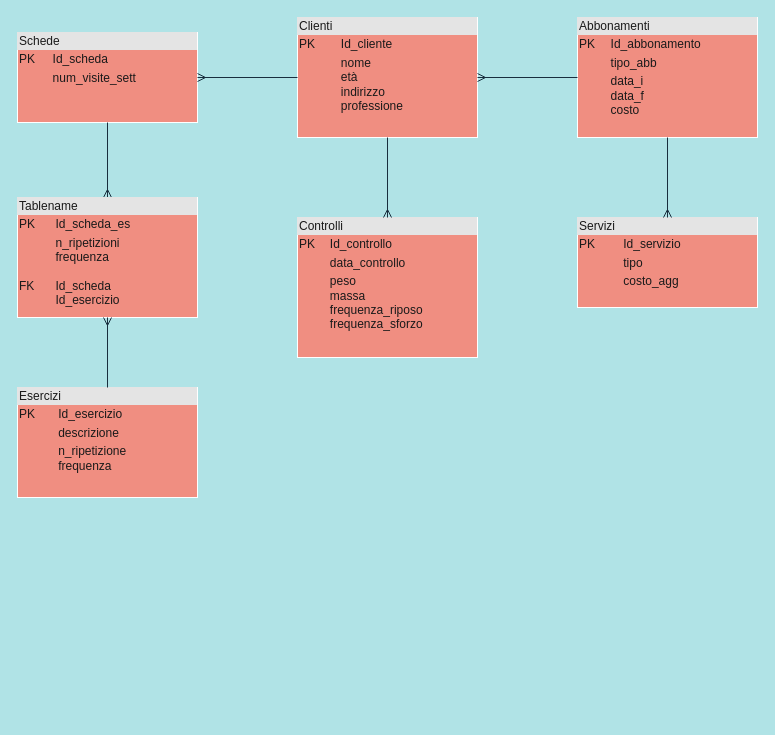
Earlier version of the draw.io diagram Palestra.drawio (ChiaraGismondi02/informatica-modelloE-R). Source tidied: cells renumbered, new cells numbered last; positions are measured from the earlier drawing's top-left corner, leaving out a move shared by most shapes. Both pictures are drawn from the tidied source at 100%, with x=0, y=0 at pixel (17, 17).
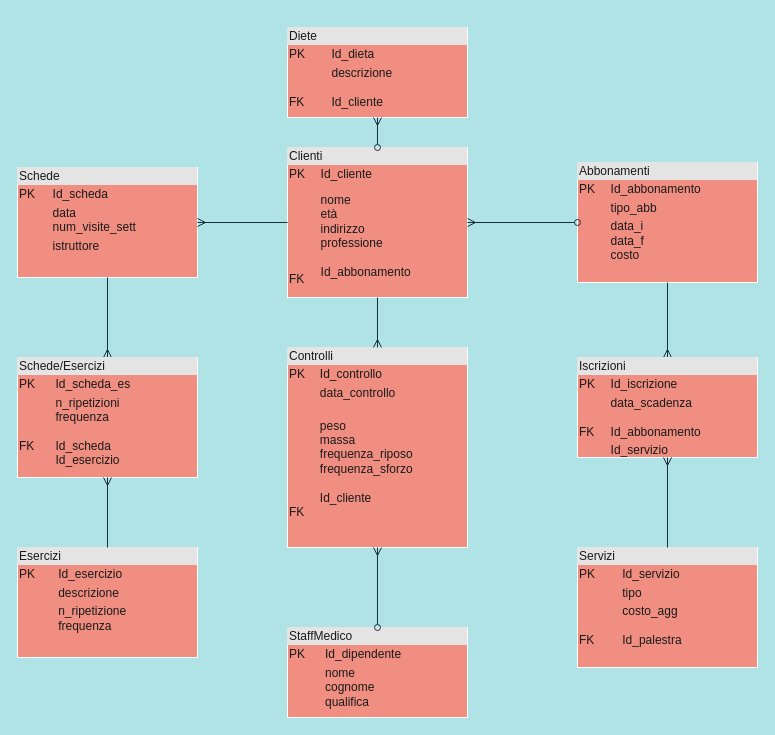
After the change.

What changed in the source:
```diff
@@
-    <mxCell id="2" value="&lt;div style=&quot;box-sizing: border-box ; width: 100% ; background: #e4e4e4 ; padding: 2px&quot;&gt;Clienti&lt;/div&gt;&lt;table style=&quot;width: 100% ; font-size: 1em&quot; cellpadding=&quot;2&quot; cellspacing=&quot;0&quot;&gt;&lt;tbody&gt;&lt;tr&gt;&lt;td&gt;PK&lt;/td&gt;&lt;td&gt;Id_cliente&lt;/td&gt;&lt;/tr&gt;&lt;tr&gt;&lt;td&gt;&lt;br&gt;&lt;/td&gt;&lt;td&gt;nome &lt;br&gt;età &lt;br&gt;indirizzo &lt;br&gt;professione&lt;/td&gt;&lt;/tr&gt;&lt;tr&gt;&lt;td&gt;&lt;/td&gt;&lt;td&gt;&lt;br&gt;&lt;/td&gt;&lt;/tr&gt;&lt;/tbody&gt;&lt;/table&gt;" style="verticalAlign=top;align=left;overflow=fill;html=1;fillColor=#F08E81;strokeColor=#FFFFFF;fontColor=#1A1A1A;" parent="1" vertex="1">
-      <mxGeometry x="280" width="180" height="120" as="geometry" />
+    <mxCell id="2" value="&lt;div style=&quot;box-sizing: border-box ; width: 100% ; background: #e4e4e4 ; padding: 2px&quot;&gt;Clienti&lt;/div&gt;&lt;table style=&quot;width: 100% ; font-size: 1em&quot; cellpadding=&quot;2&quot; cellspacing=&quot;0&quot;&gt;&lt;tbody&gt;&lt;tr&gt;&lt;td&gt;PK&lt;/td&gt;&lt;td&gt;Id_cliente&lt;/td&gt;&lt;/tr&gt;&lt;tr&gt;&lt;td&gt;&lt;br&gt;&lt;br&gt;&lt;br&gt;&lt;br&gt;&lt;br&gt;&lt;br&gt;FK&lt;/td&gt;&lt;td&gt;nome &lt;br&gt;età &lt;br&gt;indirizzo &lt;br&gt;professione&lt;br&gt;&lt;br&gt;Id_abbonamento&lt;/td&gt;&lt;/tr&gt;&lt;tr&gt;&lt;td&gt;&lt;/td&gt;&lt;td&gt;&lt;br&gt;&lt;/td&gt;&lt;/tr&gt;&lt;/tbody&gt;&lt;/table&gt;" style="verticalAlign=top;align=left;overflow=fill;html=1;fillColor=#F08E81;strokeColor=#FFFFFF;fontColor=#1A1A1A;" parent="1" vertex="1">
+      <mxGeometry x="270" y="130" width="180" height="150" as="geometry" />
     </mxCell>
-    <mxCell id="3" value="&lt;div style=&quot;box-sizing: border-box ; width: 100% ; background: #e4e4e4 ; padding: 2px&quot;&gt;Schede&lt;/div&gt;&lt;table style=&quot;width: 100% ; font-size: 1em&quot; cellpadding=&quot;2&quot; cellspacing=&quot;0&quot;&gt;&lt;tbody&gt;&lt;tr&gt;&lt;td&gt;PK&lt;/td&gt;&lt;td&gt;Id_scheda&lt;/td&gt;&lt;/tr&gt;&lt;tr&gt;&lt;td&gt;&lt;br&gt;&lt;/td&gt;&lt;td&gt;num_visite_sett&lt;/td&gt;&lt;/tr&gt;&lt;tr&gt;&lt;td&gt;&lt;/td&gt;&lt;td&gt;&lt;br&gt;&lt;/td&gt;&lt;/tr&gt;&lt;/tbody&gt;&lt;/table&gt;" style="verticalAlign=top;align=left;overflow=fill;html=1;fillColor=#F08E81;strokeColor=#FFFFFF;fontColor=#1A1A1A;" parent="1" vertex="1">
-      <mxGeometry y="15" width="180" height="90" as="geometry" />
+    <mxCell id="3" value="&lt;div style=&quot;box-sizing: border-box ; width: 100% ; background: #e4e4e4 ; padding: 2px&quot;&gt;Schede&lt;/div&gt;&lt;table style=&quot;width: 100% ; font-size: 1em&quot; cellpadding=&quot;2&quot; cellspacing=&quot;0&quot;&gt;&lt;tbody&gt;&lt;tr&gt;&lt;td&gt;PK&lt;/td&gt;&lt;td&gt;Id_scheda&lt;/td&gt;&lt;/tr&gt;&lt;tr&gt;&lt;td&gt;&lt;br&gt;&lt;/td&gt;&lt;td&gt;data&lt;br&gt;num_visite_sett&lt;/td&gt;&lt;/tr&gt;&lt;tr&gt;&lt;td&gt;&lt;/td&gt;&lt;td&gt;istruttore&lt;/td&gt;&lt;/tr&gt;&lt;/tbody&gt;&lt;/table&gt;" style="verticalAlign=top;align=left;overflow=fill;html=1;fillColor=#F08E81;strokeColor=#FFFFFF;fontColor=#1A1A1A;" parent="1" vertex="1">
+      <mxGeometry y="150" width="180" height="110" as="geometry" />
     </mxCell>
     <mxCell id="4" value="&lt;div style=&quot;box-sizing: border-box ; width: 100% ; background: #e4e4e4 ; padding: 2px&quot;&gt;Abbonamenti&lt;/div&gt;&lt;table style=&quot;width: 100% ; font-size: 1em&quot; cellpadding=&quot;2&quot; cellspacing=&quot;0&quot;&gt;&lt;tbody&gt;&lt;tr&gt;&lt;td&gt;PK&lt;/td&gt;&lt;td&gt;Id_abbonamento&lt;/td&gt;&lt;/tr&gt;&lt;tr&gt;&lt;td&gt;&lt;br&gt;&lt;/td&gt;&lt;td&gt;tipo_abb&lt;/td&gt;&lt;/tr&gt;&lt;tr&gt;&lt;td&gt;&lt;/td&gt;&lt;td&gt;data_i&lt;br&gt;data_f&lt;br&gt;costo&lt;/td&gt;&lt;/tr&gt;&lt;/tbody&gt;&lt;/table&gt;" style="verticalAlign=top;align=left;overflow=fill;html=1;fillColor=#F08E81;strokeColor=#FFFFFF;fontColor=#1A1A1A;" parent="1" vertex="1">
-      <mxGeometry x="560" width="180" height="120" as="geometry" />
+      <mxGeometry x="560" y="145" width="180" height="120" as="geometry" />
     </mxCell>
     <mxCell id="5" value="&lt;div style=&quot;box-sizing: border-box ; width: 100% ; background: #e4e4e4 ; padding: 2px&quot;&gt;Esercizi&lt;/div&gt;&lt;table style=&quot;width: 100% ; font-size: 1em&quot; cellpadding=&quot;2&quot; cellspacing=&quot;0&quot;&gt;&lt;tbody&gt;&lt;tr&gt;&lt;td&gt;PK&lt;/td&gt;&lt;td&gt;Id_esercizio&lt;/td&gt;&lt;/tr&gt;&lt;tr&gt;&lt;td&gt;&lt;br&gt;&lt;/td&gt;&lt;td&gt;descrizione&lt;/td&gt;&lt;/tr&gt;&lt;tr&gt;&lt;td&gt;&lt;/td&gt;&lt;td&gt;n_ripetizione&lt;br&gt;frequenza&lt;/td&gt;&lt;/tr&gt;&lt;/tbody&gt;&lt;/table&gt;" style="verticalAlign=top;align=left;overflow=fill;html=1;fillColor=#F08E81;strokeColor=#FFFFFF;fontColor=#1A1A1A;" parent="1" vertex="1">
-      <mxGeometry y="370" width="180" height="110" as="geometry" />
+      <mxGeometry y="530" width="180" height="110" as="geometry" />
     </mxCell>
-    <mxCell id="6" value="&lt;div style=&quot;box-sizing: border-box ; width: 100% ; background: #e4e4e4 ; padding: 2px&quot;&gt;Controlli&lt;/div&gt;&lt;table style=&quot;width: 100% ; font-size: 1em&quot; cellpadding=&quot;2&quot; cellspacing=&quot;0&quot;&gt;&lt;tbody&gt;&lt;tr&gt;&lt;td&gt;PK&lt;/td&gt;&lt;td&gt;Id_controllo&lt;/td&gt;&lt;/tr&gt;&lt;tr&gt;&lt;td&gt;&lt;br&gt;&lt;/td&gt;&lt;td&gt;data_controllo&lt;/td&gt;&lt;/tr&gt;&lt;tr&gt;&lt;td&gt;&lt;/td&gt;&lt;td&gt;peso&lt;br&gt;massa&lt;br&gt;frequenza_riposo&lt;br&gt;frequenza_sforzo&lt;/td&gt;&lt;/tr&gt;&lt;/tbody&gt;&lt;/table&gt;" style="verticalAlign=top;align=left;overflow=fill;html=1;fillColor=#F08E81;strokeColor=#FFFFFF;fontColor=#1A1A1A;" parent="1" vertex="1">
-      <mxGeometry x="280" y="200" width="180" height="140" as="geometry" />
+    <mxCell id="6" value="&lt;div style=&quot;box-sizing: border-box ; width: 100% ; background: #e4e4e4 ; padding: 2px&quot;&gt;Controlli&lt;/div&gt;&lt;table style=&quot;width: 100% ; font-size: 1em&quot; cellpadding=&quot;2&quot; cellspacing=&quot;0&quot;&gt;&lt;tbody&gt;&lt;tr&gt;&lt;td&gt;PK&lt;/td&gt;&lt;td&gt;Id_controllo&lt;/td&gt;&lt;/tr&gt;&lt;tr&gt;&lt;td&gt;&lt;br&gt;&lt;/td&gt;&lt;td&gt;data_controllo&lt;/td&gt;&lt;/tr&gt;&lt;tr&gt;&lt;td&gt;&lt;br&gt;&lt;br&gt;&lt;br&gt;&lt;br&gt;&lt;br&gt;&lt;br&gt;&lt;br&gt;FK&lt;/td&gt;&lt;td&gt;peso &lt;br&gt;massa &lt;br&gt;frequenza_riposo &lt;br&gt;frequenza_sforzo &lt;br&gt;&lt;br&gt;Id_cliente&lt;/td&gt;&lt;/tr&gt;&lt;/tbody&gt;&lt;/table&gt;" style="verticalAlign=top;align=left;overflow=fill;html=1;fillColor=#F08E81;strokeColor=#FFFFFF;fontColor=#1A1A1A;" parent="1" vertex="1">
+      <mxGeometry x="270" y="330" width="180" height="200" as="geometry" />
     </mxCell>
-    <mxCell id="7" value="&lt;div style=&quot;box-sizing: border-box ; width: 100% ; background: #e4e4e4 ; padding: 2px&quot;&gt;Servizi&lt;/div&gt;&lt;table style=&quot;width: 100% ; font-size: 1em&quot; cellpadding=&quot;2&quot; cellspacing=&quot;0&quot;&gt;&lt;tbody&gt;&lt;tr&gt;&lt;td&gt;PK&lt;/td&gt;&lt;td&gt;Id_servizio&lt;/td&gt;&lt;/tr&gt;&lt;tr&gt;&lt;td&gt;&lt;br&gt;&lt;/td&gt;&lt;td&gt;tipo&lt;/td&gt;&lt;/tr&gt;&lt;tr&gt;&lt;td&gt;&lt;/td&gt;&lt;td&gt;costo_agg&lt;/td&gt;&lt;/tr&gt;&lt;/tbody&gt;&lt;/table&gt;" style="verticalAlign=top;align=left;overflow=fill;html=1;fillColor=#F08E81;strokeColor=#FFFFFF;fontColor=#1A1A1A;" parent="1" vertex="1">
-      <mxGeometry x="560" y="200" width="180" height="90" as="geometry" />
+    <mxCell id="7" value="&lt;div style=&quot;box-sizing: border-box ; width: 100% ; background: #e4e4e4 ; padding: 2px&quot;&gt;Servizi&lt;/div&gt;&lt;table style=&quot;width: 100% ; font-size: 1em&quot; cellpadding=&quot;2&quot; cellspacing=&quot;0&quot;&gt;&lt;tbody&gt;&lt;tr&gt;&lt;td&gt;PK&lt;/td&gt;&lt;td&gt;Id_servizio&lt;/td&gt;&lt;/tr&gt;&lt;tr&gt;&lt;td&gt;&lt;br&gt;&lt;/td&gt;&lt;td&gt;tipo&lt;/td&gt;&lt;/tr&gt;&lt;tr&gt;&lt;td&gt;&lt;br&gt;&lt;br&gt;FK&lt;/td&gt;&lt;td&gt;costo_agg&lt;br&gt;&lt;br&gt;Id_palestra&lt;/td&gt;&lt;/tr&gt;&lt;/tbody&gt;&lt;/table&gt;" style="verticalAlign=top;align=left;overflow=fill;html=1;fillColor=#F08E81;strokeColor=#FFFFFF;fontColor=#1A1A1A;" parent="1" vertex="1">
+      <mxGeometry x="560" y="530" width="180" height="120" as="geometry" />
     </mxCell>
-    <mxCell id="8" style="endArrow=none;html=1;entryX=0;entryY=0.5;entryDx=0;entryDy=0;startArrow=ERmany;startFill=0;exitX=1;exitY=0.5;exitDx=0;exitDy=0;strokeColor=#182E3E;fontColor=#1A1A1A;labelBackgroundColor=#B0E3E6;" parent="1" edge="1" source="2" target="4">
+    <mxCell id="8" style="endArrow=oval;html=1;entryX=0;entryY=0.5;entryDx=0;entryDy=0;startArrow=ERmany;startFill=0;strokeColor=#182E3E;fontColor=#1A1A1A;exitX=1;exitY=0.5;exitDx=0;exitDy=0;labelBackgroundColor=#B0E3E6;endFill=0;" parent="1" edge="1" source="2" target="4">
       <mxGeometry relative="1" as="geometry" />
     </mxCell>
@@
-    <mxCell id="11" style="endArrow=none;html=1;entryX=0.5;entryY=1;entryDx=0;entryDy=0;startArrow=ERmany;startFill=0;strokeColor=#182E3E;fontColor=#1A1A1A;exitX=0.5;exitY=0;exitDx=0;exitDy=0;labelBackgroundColor=#B0E3E6;" parent="1" edge="1" source="7" target="4">
+    <mxCell id="11" style="endArrow=none;html=1;entryX=0.5;entryY=1;entryDx=0;entryDy=0;startArrow=ERmany;startFill=0;strokeColor=#182E3E;fontColor=#1A1A1A;labelBackgroundColor=#B0E3E6;exitX=0.5;exitY=0;exitDx=0;exitDy=0;" parent="1" edge="1" source="15" target="4">
       <mxGeometry relative="1" as="geometry" />
     </mxCell>
-    <mxCell id="12" style="endArrow=none;html=1;entryX=0.5;entryY=1;entryDx=0;entryDy=0;startArrow=ERmany;startFill=0;fontColor=#1A1A1A;exitX=0.5;exitY=0;exitDx=0;exitDy=0;labelBackgroundColor=#B0E3E6;strokeColor=#182E3E;" parent="1" edge="1" source="13" target="3">
+    <mxCell id="12" style="endArrow=none;html=1;entryX=0.5;entryY=1;entryDx=0;entryDy=0;startArrow=ERmany;startFill=0;fontColor=#1A1A1A;exitX=0.5;exitY=0;exitDx=0;exitDy=0;strokeColor=#182E3E;labelBackgroundColor=#B0E3E6;" parent="1" edge="1" source="13" target="3">
       <mxGeometry relative="1" as="geometry" />
     </mxCell>
-    <mxCell id="13" value="&lt;div style=&quot;box-sizing: border-box ; width: 100% ; background: #e4e4e4 ; padding: 2px&quot;&gt;Tablename&lt;/div&gt;&lt;table style=&quot;width: 100% ; font-size: 1em&quot; cellpadding=&quot;2&quot; cellspacing=&quot;0&quot;&gt;&lt;tbody&gt;&lt;tr&gt;&lt;td&gt;PK&lt;/td&gt;&lt;td&gt;Id_scheda_es&lt;br&gt;&lt;/td&gt;&lt;/tr&gt;&lt;tr&gt;&lt;td&gt;&lt;br&gt;&lt;br&gt;FK&lt;/td&gt;&lt;td&gt;n_ripetizioni&lt;br&gt;frequenza&lt;br&gt;&lt;br&gt;Id_scheda&lt;br&gt;Id_esercizio&lt;/td&gt;&lt;/tr&gt;&lt;/tbody&gt;&lt;/table&gt;" style="verticalAlign=top;align=left;overflow=fill;html=1;fillColor=#F08E81;strokeColor=#FFFFFF;fontColor=#1A1A1A;" parent="1" vertex="1">
-      <mxGeometry y="180" width="180" height="120" as="geometry" />
+    <mxCell id="13" value="&lt;div style=&quot;box-sizing: border-box ; width: 100% ; background: #e4e4e4 ; padding: 2px&quot;&gt;Schede/Esercizi&lt;/div&gt;&lt;table style=&quot;width: 100% ; font-size: 1em&quot; cellpadding=&quot;2&quot; cellspacing=&quot;0&quot;&gt;&lt;tbody&gt;&lt;tr&gt;&lt;td&gt;PK&lt;/td&gt;&lt;td&gt;Id_scheda_es&lt;br&gt;&lt;/td&gt;&lt;/tr&gt;&lt;tr&gt;&lt;td&gt;&lt;br&gt;&lt;br&gt;FK&lt;/td&gt;&lt;td&gt;n_ripetizioni&lt;br&gt;frequenza&lt;br&gt;&lt;br&gt;Id_scheda&lt;br&gt;Id_esercizio&lt;/td&gt;&lt;/tr&gt;&lt;/tbody&gt;&lt;/table&gt;" style="verticalAlign=top;align=left;overflow=fill;html=1;fillColor=#F08E81;strokeColor=#FFFFFF;fontColor=#1A1A1A;" parent="1" vertex="1">
+      <mxGeometry y="340" width="180" height="120" as="geometry" />
     </mxCell>
-    <mxCell id="14" style="endArrow=none;html=1;entryX=0.5;entryY=0;entryDx=0;entryDy=0;startArrow=ERmany;startFill=0;fontColor=#1A1A1A;labelBackgroundColor=#B0E3E6;strokeColor=#182E3E;" parent="1" edge="1" target="5">
+    <mxCell id="14" style="endArrow=none;html=1;entryX=0.5;entryY=0;entryDx=0;entryDy=0;startArrow=ERmany;startFill=0;fontColor=#1A1A1A;strokeColor=#182E3E;labelBackgroundColor=#B0E3E6;" parent="1" edge="1" target="5">
       <mxGeometry relative="1" as="geometry">
-        <mxPoint x="90" y="300" as="sourcePoint" />
+        <mxPoint x="90" y="460" as="sourcePoint" />
       </mxGeometry>
     </mxCell>
+    <mxCell id="15" value="&lt;div style=&quot;box-sizing: border-box ; width: 100% ; background: #e4e4e4 ; padding: 2px&quot;&gt;Iscrizioni&lt;/div&gt;&lt;table style=&quot;width: 100% ; font-size: 1em&quot; cellpadding=&quot;2&quot; cellspacing=&quot;0&quot;&gt;&lt;tbody&gt;&lt;tr&gt;&lt;td&gt;PK&lt;/td&gt;&lt;td&gt;Id_iscrizione&lt;br&gt;&lt;/td&gt;&lt;/tr&gt;&lt;tr&gt;&lt;td&gt;&lt;br&gt;&lt;br&gt;FK&lt;/td&gt;&lt;td&gt;data_scadenza&lt;br&gt;&lt;br&gt;Id_abbonamento&lt;/td&gt;&lt;/tr&gt;&lt;tr&gt;&lt;td&gt;&lt;/td&gt;&lt;td&gt;Id_servizio&lt;/td&gt;&lt;/tr&gt;&lt;/tbody&gt;&lt;/table&gt;" style="verticalAlign=top;align=left;overflow=fill;html=1;fillColor=#F08E81;strokeColor=#FFFFFF;fontColor=#1A1A1A;" parent="1" vertex="1">
+      <mxGeometry x="560" y="340" width="180" height="100" as="geometry" />
+    </mxCell>
+    <mxCell id="16" style="endArrow=none;html=1;startArrow=ERmany;startFill=0;exitX=0.5;exitY=1;exitDx=0;exitDy=0;entryX=0.5;entryY=0;entryDx=0;entryDy=0;strokeColor=#182E3E;fontColor=#1A1A1A;labelBackgroundColor=#B0E3E6;" parent="1" edge="1" source="15" target="7">
+      <mxGeometry relative="1" as="geometry" />
+    </mxCell>
+    <mxCell id="17" value="&lt;div style=&quot;box-sizing: border-box ; width: 100% ; background: #e4e4e4 ; padding: 2px&quot;&gt;StaffMedico&lt;/div&gt;&lt;table style=&quot;width: 100% ; font-size: 1em&quot; cellpadding=&quot;2&quot; cellspacing=&quot;0&quot;&gt;&lt;tbody&gt;&lt;tr&gt;&lt;td&gt;PK&lt;/td&gt;&lt;td&gt;Id_dipendente&lt;/td&gt;&lt;/tr&gt;&lt;tr&gt;&lt;td&gt;&lt;br&gt;&lt;br&gt;&lt;br&gt;&lt;br&gt;&lt;/td&gt;&lt;td&gt;nome&lt;br&gt;cognome&lt;br&gt;qualifica&lt;br&gt;&lt;br&gt;&lt;br&gt;&lt;/td&gt;&lt;/tr&gt;&lt;tr&gt;&lt;td&gt;&lt;/td&gt;&lt;td&gt;&lt;br&gt;&lt;/td&gt;&lt;/tr&gt;&lt;/tbody&gt;&lt;/table&gt;" style="verticalAlign=top;align=left;overflow=fill;html=1;rounded=0;sketch=0;strokeColor=#FFFFFF;fillColor=#F08E81;fontColor=#1A1A1A;" parent="1" vertex="1">
+      <mxGeometry x="270" y="610" width="180" height="90" as="geometry" />
+    </mxCell>
+    <mxCell id="18" style="endArrow=oval;html=1;strokeColor=#182E3E;fontColor=#1A1A1A;exitX=0.5;exitY=1;exitDx=0;exitDy=0;startArrow=ERmany;startFill=0;endFill=0;entryX=0.5;entryY=0;entryDx=0;entryDy=0;" parent="1" edge="1" source="6" target="17">
+      <mxGeometry relative="1" as="geometry" />
+    </mxCell>
+    <mxCell id="19" value="&lt;div style=&quot;box-sizing: border-box ; width: 100% ; background: #e4e4e4 ; padding: 2px&quot;&gt;Diete&lt;/div&gt;&lt;table style=&quot;width: 100% ; font-size: 1em&quot; cellpadding=&quot;2&quot; cellspacing=&quot;0&quot;&gt;&lt;tbody&gt;&lt;tr&gt;&lt;td&gt;PK&lt;/td&gt;&lt;td&gt;Id_dieta&lt;/td&gt;&lt;/tr&gt;&lt;tr&gt;&lt;td&gt;&lt;br&gt;&lt;br&gt;FK&lt;/td&gt;&lt;td&gt;descrizione&lt;br&gt;&lt;br&gt;Id_cliente&lt;/td&gt;&lt;/tr&gt;&lt;tr&gt;&lt;td&gt;&lt;/td&gt;&lt;td&gt;&lt;br&gt;&lt;/td&gt;&lt;/tr&gt;&lt;/tbody&gt;&lt;/table&gt;" style="verticalAlign=top;align=left;overflow=fill;html=1;rounded=0;sketch=0;strokeColor=#FFFFFF;fillColor=#F08E81;fontColor=#1A1A1A;" parent="1" vertex="1">
+      <mxGeometry x="270" y="10" width="180" height="90" as="geometry" />
+    </mxCell>
+    <mxCell id="20" style="endArrow=ERmany;html=1;strokeColor=#182E3E;fontColor=#1A1A1A;exitX=0.5;exitY=0;exitDx=0;exitDy=0;entryX=0.5;entryY=1;entryDx=0;entryDy=0;startArrow=oval;startFill=0;endFill=0;" parent="1" edge="1" source="2" target="19">
+      <mxGeometry relative="1" as="geometry" />
+    </mxCell>
```
